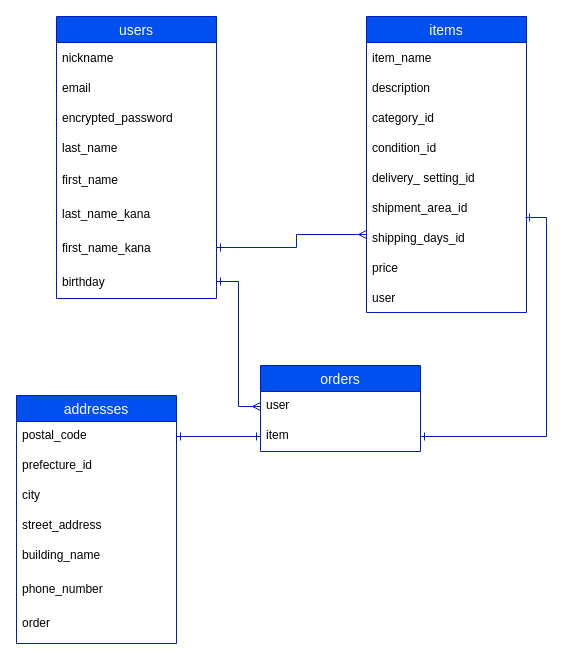
goemon-suzu/furima-34847 keeps this draw.io diagram as furima.dio. Above is the earlier version. Source tidied: cells renumbered, new cells numbered last; positions are measured from the earlier drawing's top-left corner, leaving out a move shared by most shapes. Both pictures are drawn from the tidied source at 100%, with x=0, y=0 at pixel (16, 16).
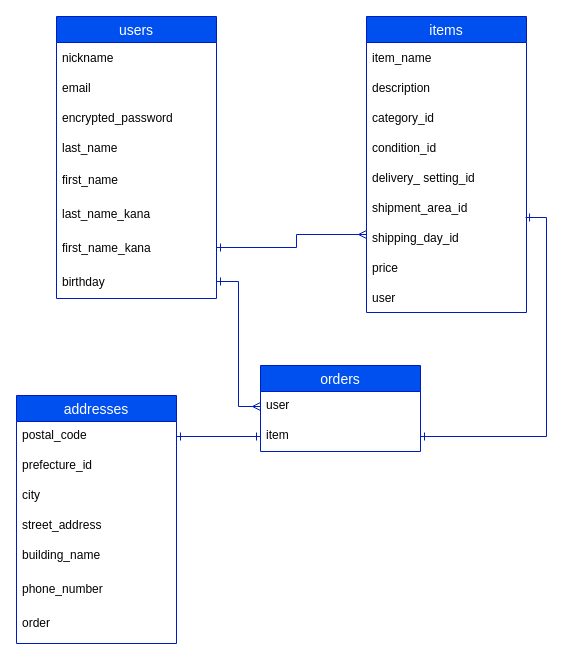
After the change.

The change refers to these unchanged cells:
```xml
<mxCell id="2" value="items" style="swimlane;fontStyle=0;horizontal=1;startSize=26;align=center;fontSize=14;strokeColor=#001DBC;fillColor=#0050ef;fontColor=#ffffff;" parent="1" vertex="1">
  <mxGeometry x="350" width="160" height="296" as="geometry" />
</mxCell>
```

The edit, as a diff of the source:
```diff
@@
-    <mxCell id="9" value="shipping_days_id" style="text;strokeColor=none;fillColor=none;spacingLeft=4;spacingRight=4;overflow=hidden;fontSize=12;fontColor=#030303;align=left;verticalAlign=middle;" parent="2" vertex="1">
+    <mxCell id="9" value="shipping_day_id" style="text;strokeColor=none;fillColor=none;spacingLeft=4;spacingRight=4;overflow=hidden;fontSize=12;fontColor=#030303;align=left;verticalAlign=middle;" parent="2" vertex="1">
       <mxGeometry y="206" width="160" height="30" as="geometry" />
     </mxCell>
```
